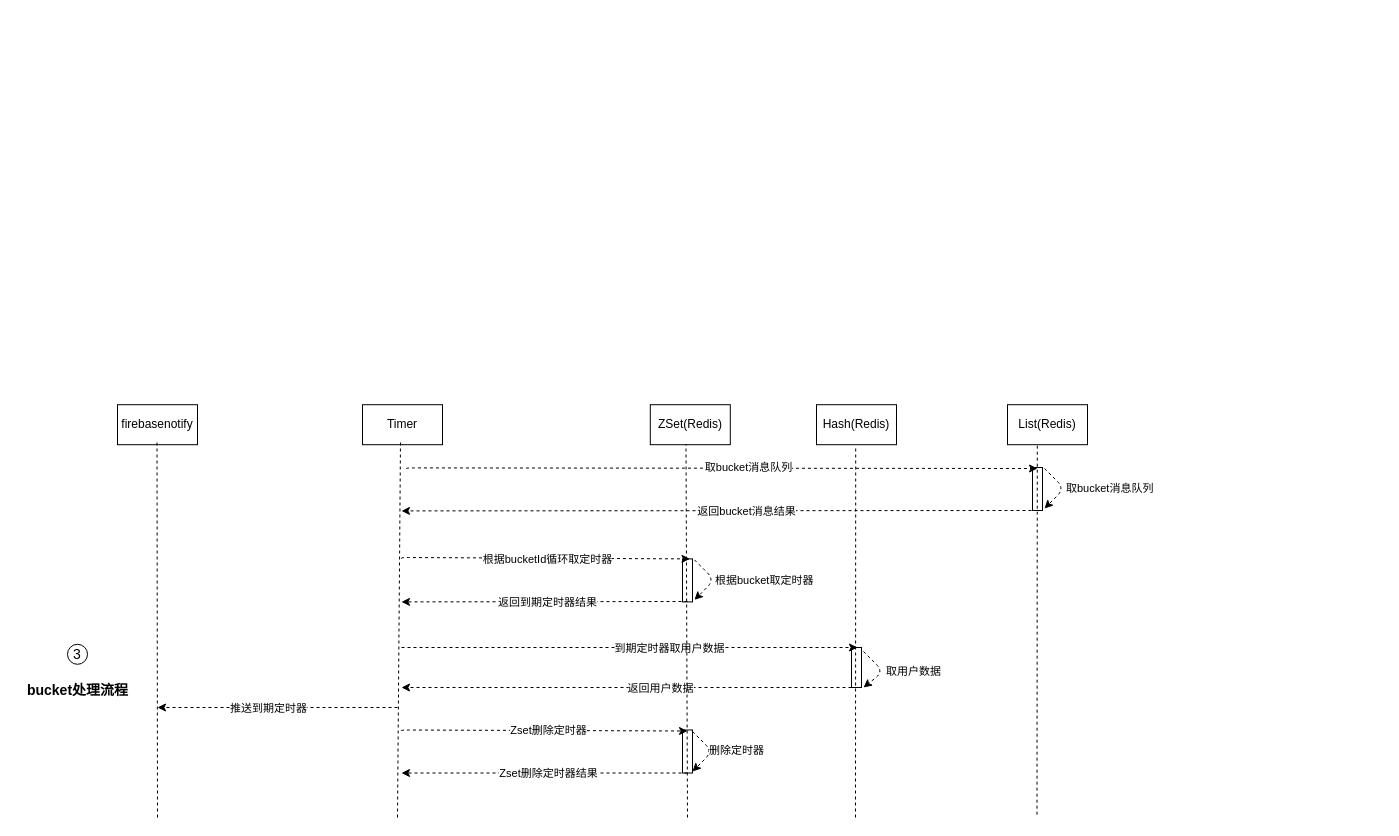
Above: page "Page-7" (7 of 8) of timer.drawio in mbabby/draw.io.file (draw.io), before the change. Source tidied: cells renumbered, new cells numbered last; positions are measured from the earlier drawing's top-left corner, leaving out a move shared by most shapes. Both pictures are drawn from the tidied source at 100%, with x=0, y=0 at pixel (17, 404).
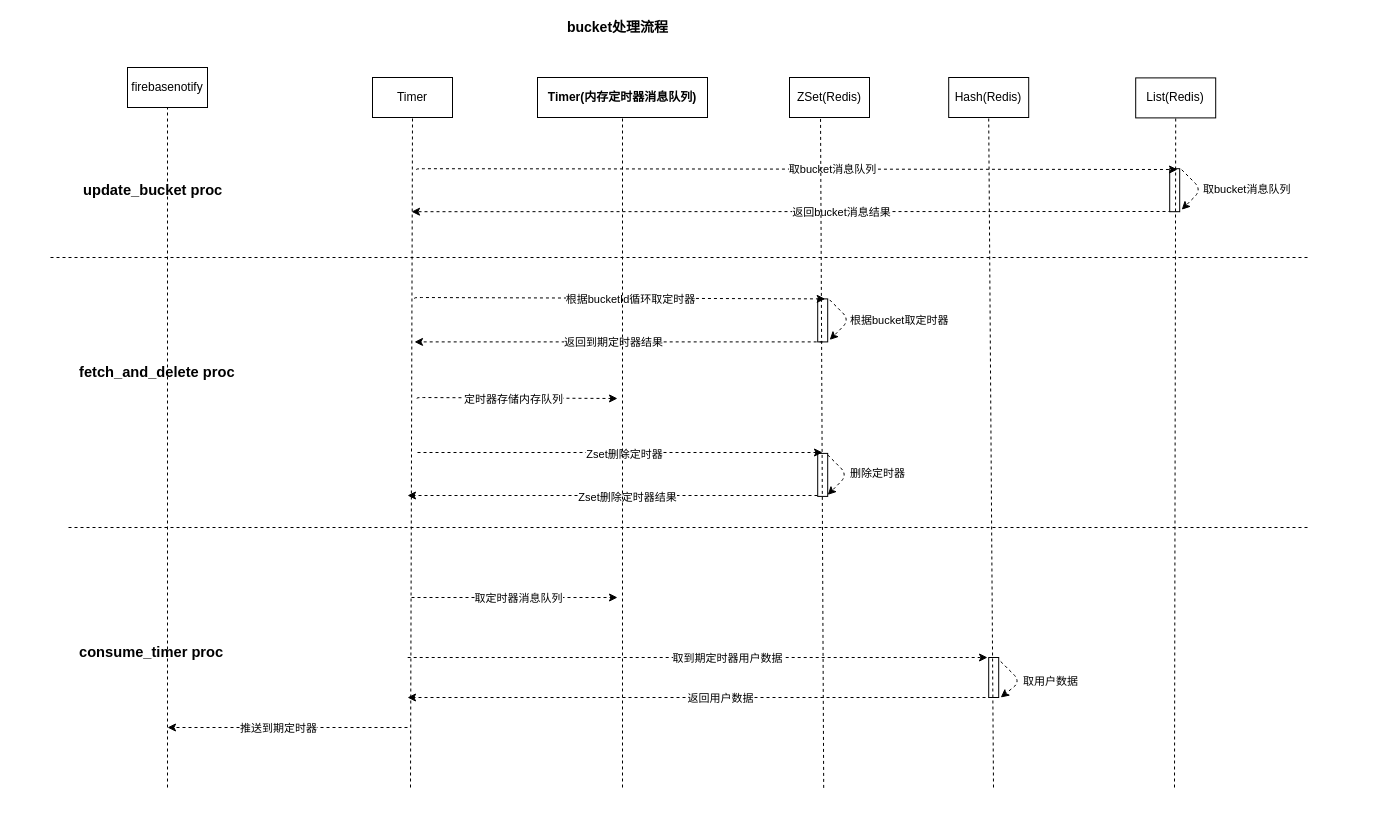
Above is the later version.

What changed in the source:
```diff
@@
     <mxCell id="2" value="firebasenotify" style="rounded=0;whiteSpace=wrap;html=1;" parent="1" vertex="1">
-      <mxGeometry x="100" y="0.2" width="80" height="40" as="geometry" />
+      <mxGeometry x="110" y="-337" width="80" height="40" as="geometry" />
     </mxCell>
     <mxCell id="3" value="Timer" style="rounded=0;whiteSpace=wrap;html=1;" parent="1" vertex="1">
-      <mxGeometry x="345" y="0.2" width="80" height="40" as="geometry" />
+      <mxGeometry x="355" y="-327" width="80" height="40" as="geometry" />
     </mxCell>
     <mxCell id="4" value="ZSet(Redis)" style="rounded=0;whiteSpace=wrap;html=1;" parent="1" vertex="1">
-      <mxGeometry x="632.8" y="0.2" width="80" height="40" as="geometry" />
+      <mxGeometry x="772" y="-327" width="80" height="40" as="geometry" />
     </mxCell>
-    <mxCell id="5" style="endArrow=none;dashed=1;html=1;" parent="1" edge="1">
-      <mxGeometry relative="1" as="geometry">
-        <mxPoint x="140" y="413" as="sourcePoint" />
-        <mxPoint x="139.5" y="36.2" as="targetPoint" />
-      </mxGeometry>
-    </mxCell>
-    <mxCell id="6" style="endArrow=none;dashed=1;html=1;" parent="1" edge="1">
+    <mxCell id="6" style="endArrow=none;dashed=1;html=1;entryX=0.5;entryY=1;entryDx=0;entryDy=0;" parent="1" edge="1" target="3">
       <mxGeometry relative="1" as="geometry">
-        <mxPoint x="380" y="413" as="sourcePoint" />
-        <mxPoint x="383" y="36.2" as="targetPoint" />
+        <mxPoint x="393" y="383" as="sourcePoint" />
       </mxGeometry>
     </mxCell>
     <mxCell id="7" style="endArrow=classic;html=1;dashed=1;" parent="1" edge="1">
       <mxGeometry relative="1" as="geometry">
-        <mxPoint x="1020" y="106" as="sourcePoint" />
-        <mxPoint x="384" y="106.4" as="targetPoint" />
+        <mxPoint x="1160" y="-193" as="sourcePoint" />
+        <mxPoint x="394" y="-192.8" as="targetPoint" />
       </mxGeometry>
     </mxCell>
     <mxCell id="8" value="返回bucket消息结果" style="edgeLabel;html=1;align=center;verticalAlign=middle;" parent="7" vertex="1">
       <mxGeometry x="0.14" y="-1" relative="1" as="geometry">
-        <mxPoint x="72" y="1" as="offset" />
+        <mxPoint x="101" y="1" as="offset" />
       </mxGeometry>
     </mxCell>
     <mxCell id="9" style="rounded=0;whiteSpace=wrap;html=1;" parent="1" vertex="1">
-      <mxGeometry x="1015" y="63" width="10" height="43" as="geometry" />
+      <mxGeometry x="1152.2" y="-235.8" width="10" height="43" as="geometry" />
     </mxCell>
     <mxCell id="10" style="endArrow=classic;html=1;dashed=1;" parent="1" edge="1">
       <mxGeometry relative="1" as="geometry">
-        <mxPoint x="1027" y="64" as="sourcePoint" />
-        <mxPoint x="1027" y="104" as="targetPoint" />
+        <mxPoint x="1164.2" y="-234.8" as="sourcePoint" />
+        <mxPoint x="1164.2" y="-194.8" as="targetPoint" />
         <Array as="points">
-          <mxPoint x="1047" y="84" />
+          <mxPoint x="1184.2" y="-214.8" />
         </Array>
       </mxGeometry>
     </mxCell>
     <mxCell id="11" value="&lt;div style=&quot;text-align: center&quot;&gt;&lt;font face=&quot;helvetica&quot;&gt;&lt;span style=&quot;font-size: 11px ; background-color: rgb(255 , 255 , 255)&quot;&gt;取bucket消息队列&lt;/span&gt;&lt;/font&gt;&lt;/div&gt;" style="text;whiteSpace=wrap;html=1;" parent="1" vertex="1">
-      <mxGeometry x="1047" y="69.5" width="180" height="30" as="geometry" />
+      <mxGeometry x="1184.2" y="-229.3" width="180" height="30" as="geometry" />
     </mxCell>
     <mxCell id="12" style="rounded=0;whiteSpace=wrap;html=1;" parent="1" vertex="1">
-      <mxGeometry x="665" y="154.4" width="10" height="43" as="geometry" />
+      <mxGeometry x="800.2" y="-105.6" width="10" height="43" as="geometry" />
     </mxCell>
     <mxCell id="13" style="endArrow=classic;html=1;dashed=1;" parent="1" edge="1">
       <mxGeometry relative="1" as="geometry">
-        <mxPoint x="677" y="155.4" as="sourcePoint" />
-        <mxPoint x="677" y="195.4" as="targetPoint" />
+        <mxPoint x="812.2" y="-104.6" as="sourcePoint" />
+        <mxPoint x="812.2" y="-64.6" as="targetPoint" />
         <Array as="points">
-          <mxPoint x="697" y="175.4" />
+          <mxPoint x="832.2" y="-84.6" />
         </Array>
       </mxGeometry>
     </mxCell>
     <mxCell id="14" value="&lt;div style=&quot;text-align: center&quot;&gt;&lt;font face=&quot;helvetica&quot;&gt;&lt;span style=&quot;font-size: 11px ; background-color: rgb(255 , 255 , 255)&quot;&gt;根据bucket取定时器&lt;/span&gt;&lt;/font&gt;&lt;/div&gt;" style="text;whiteSpace=wrap;html=1;" parent="1" vertex="1">
-      <mxGeometry x="696" y="162.4" width="180" height="30" as="geometry" />
+      <mxGeometry x="831.2" y="-97.6" width="180" height="30" as="geometry" />
     </mxCell>
-    <mxCell id="15" style="endArrow=classic;html=1;dashed=1;" parent="1" edge="1">
+    <mxCell id="15" style="endArrow=classic;html=1;dashed=1;exitX=0.5;exitY=1;exitDx=0;exitDy=0;" parent="1" edge="1" source="12">
       <mxGeometry relative="1" as="geometry">
-        <mxPoint x="670" y="197" as="sourcePoint" />
-        <mxPoint x="384" y="197.4" as="targetPoint" />
+        <mxPoint x="397" y="-62.6" as="targetPoint" />
       </mxGeometry>
     </mxCell>
@@
     <mxCell id="17" style="endArrow=classic;html=1;dashed=1;" parent="1" edge="1">
       <mxGeometry relative="1" as="geometry">
-        <mxPoint x="840" y="283" as="sourcePoint" />
-        <mxPoint x="384" y="283" as="targetPoint" />
+        <mxPoint x="980" y="293" as="sourcePoint" />
+        <mxPoint x="390" y="293" as="targetPoint" />
       </mxGeometry>
     </mxCell>
     <mxCell id="18" value="返回用户数据" style="edgeLabel;html=1;align=center;verticalAlign=middle;" parent="17" vertex="1">
       <mxGeometry x="0.14" y="-1" relative="1" as="geometry">
-        <mxPoint x="62" y="1" as="offset" />
+        <mxPoint x="58" y="1" as="offset" />
       </mxGeometry>
     </mxCell>
     <mxCell id="19" style="rounded=0;whiteSpace=wrap;html=1;" parent="1" vertex="1">
-      <mxGeometry x="834" y="243" width="10" height="40" as="geometry" />
+      <mxGeometry x="971.2" y="253" width="10" height="40" as="geometry" />
     </mxCell>
     <mxCell id="20" style="endArrow=classic;html=1;dashed=1;" parent="1" edge="1">
       <mxGeometry relative="1" as="geometry">
-        <mxPoint x="846" y="247" as="sourcePoint" />
-        <mxPoint x="846" y="283" as="targetPoint" />
+        <mxPoint x="983.2" y="257" as="sourcePoint" />
+        <mxPoint x="983.2" y="293" as="targetPoint" />
         <Array as="points">
-          <mxPoint x="866" y="267" />
+          <mxPoint x="1003.2" y="277" />
         </Array>
       </mxGeometry>
     </mxCell>
     <mxCell id="21" value="&lt;div style=&quot;text-align: center&quot;&gt;&lt;font face=&quot;helvetica&quot;&gt;&lt;span style=&quot;font-size: 11px ; background-color: rgb(255 , 255 , 255)&quot;&gt;取用户数据&lt;/span&gt;&lt;/font&gt;&lt;/div&gt;" style="text;whiteSpace=wrap;html=1;" parent="1" vertex="1">
-      <mxGeometry x="867" y="253" width="180" height="30" as="geometry" />
+      <mxGeometry x="1004.2" y="263" width="180" height="30" as="geometry" />
     </mxCell>
-    <mxCell id="22" value="3" style="ellipse;whiteSpace=wrap;html=1;fontSize=14;align=center;" parent="1" vertex="1">
-      <mxGeometry x="50" y="239.8" width="20" height="20" as="geometry" />
-    </mxCell>
     <mxCell id="23" value="&lt;b&gt;bucket处理流程&lt;/b&gt;" style="text;html=1;align=center;verticalAlign=middle;strokeColor=none;fillColor=none;fontSize=14;" parent="1" vertex="1">
-      <mxGeometry y="276.2" width="120" height="20" as="geometry" />
+      <mxGeometry x="540" y="-387" width="120" height="20" as="geometry" />
     </mxCell>
     <mxCell id="24" style="endArrow=classic;html=1;dashed=1;entryX=0.75;entryY=0;entryDx=0;entryDy=0;" parent="1" edge="1" target="12">
       <mxGeometry relative="1" as="geometry">
-        <mxPoint x="384" y="154" as="sourcePoint" />
+        <mxPoint x="397" y="-106" as="sourcePoint" />
         <Array as="points">
-          <mxPoint x="384" y="153" />
+          <mxPoint x="397" y="-107" />
         </Array>
       </mxGeometry>
     </mxCell>
@@
     <mxCell id="26" style="endArrow=classic;html=1;dashed=1;" parent="1" edge="1">
       <mxGeometry relative="1" as="geometry">
-        <mxPoint x="384" y="243" as="sourcePoint" />
-        <mxPoint x="840" y="243" as="targetPoint" />
+        <mxPoint x="394" y="193" as="sourcePoint" />
+        <mxPoint x="600" y="193" as="targetPoint" />
       </mxGeometry>
     </mxCell>
-    <mxCell id="27" value="到期定时器取用户数据" style="edgeLabel;html=1;align=center;verticalAlign=middle;" parent="26" vertex="1">
+    <mxCell id="27" value="取定时器消息队列" style="edgeLabel;html=1;align=center;verticalAlign=middle;" parent="26" vertex="1">
       <mxGeometry x="0.14" y="-1" relative="1" as="geometry">
-        <mxPoint x="7" y="-1" as="offset" />
+        <mxPoint x="-11" y="-1" as="offset" />
       </mxGeometry>
     </mxCell>
     <mxCell id="28" style="endArrow=classic;html=1;dashed=1;" parent="1" edge="1">
       <mxGeometry relative="1" as="geometry">
-        <mxPoint x="389" y="64.4" as="sourcePoint" />
-        <mxPoint x="1020" y="64" as="targetPoint" />
+        <mxPoint x="399" y="-234.8" as="sourcePoint" />
+        <mxPoint x="1160" y="-235" as="targetPoint" />
         <Array as="points">
-          <mxPoint x="389" y="63.4" />
+          <mxPoint x="399" y="-235.8" />
         </Array>
       </mxGeometry>
     </mxCell>
     <mxCell id="29" value="取bucket消息队列" style="edgeLabel;html=1;align=center;verticalAlign=middle;" parent="28" vertex="1">
       <mxGeometry x="0.14" y="-1" relative="1" as="geometry">
-        <mxPoint x="-17" y="-2" as="offset" />
+        <mxPoint x="-17" y="-1" as="offset" />
       </mxGeometry>
     </mxCell>
     <mxCell id="30" style="rounded=0;whiteSpace=wrap;html=1;" parent="1" vertex="1">
-      <mxGeometry x="665" y="325.5" width="10" height="43" as="geometry" />
+      <mxGeometry x="800.2" y="48.9" width="10" height="43" as="geometry" />
     </mxCell>
     <mxCell id="31" style="endArrow=classic;html=1;dashed=1;" parent="1" edge="1">
       <mxGeometry relative="1" as="geometry">
-        <mxPoint x="384" y="326.5" as="sourcePoint" />
-        <mxPoint x="670" y="326.5" as="targetPoint" />
-        <Array as="points">
-          <mxPoint x="384" y="325.5" />
-        </Array>
+        <mxPoint x="400" y="48" as="sourcePoint" />
+        <mxPoint x="805" y="48" as="targetPoint" />
       </mxGeometry>
     </mxCell>
     <mxCell id="32" value="Zset删除定时器" style="edgeLabel;html=1;align=center;verticalAlign=middle;" parent="31" vertex="1">
       <mxGeometry x="0.14" y="-1" relative="1" as="geometry">
-        <mxPoint x="-16" y="-2" as="offset" />
+        <mxPoint x="-25" as="offset" />
       </mxGeometry>
     </mxCell>
     <mxCell id="33" style="endArrow=classic;html=1;dashed=1;" parent="1" edge="1">
       <mxGeometry relative="1" as="geometry">
-        <mxPoint x="675" y="327" as="sourcePoint" />
-        <mxPoint x="675" y="367" as="targetPoint" />
+        <mxPoint x="810.2" y="50.4" as="sourcePoint" />
+        <mxPoint x="810.2" y="90.4" as="targetPoint" />
         <Array as="points">
-          <mxPoint x="695" y="347" />
+          <mxPoint x="830.2" y="70.4" />
         </Array>
       </mxGeometry>
     </mxCell>
     <mxCell id="34" value="&lt;div style=&quot;text-align: center&quot;&gt;&lt;font face=&quot;helvetica&quot;&gt;&lt;span style=&quot;font-size: 11px ; background-color: rgb(255 , 255 , 255)&quot;&gt;删除定时器&lt;/span&gt;&lt;/font&gt;&lt;/div&gt;" style="text;whiteSpace=wrap;html=1;" parent="1" vertex="1">
-      <mxGeometry x="690" y="332" width="120" height="30" as="geometry" />
+      <mxGeometry x="831.2" y="55.4" width="120" height="30" as="geometry" />
     </mxCell>
     <mxCell id="35" style="endArrow=classic;html=1;dashed=1;" parent="1" edge="1">
       <mxGeometry relative="1" as="geometry">
-        <mxPoint x="670" y="368.5" as="sourcePoint" />
-        <mxPoint x="384" y="368.5" as="targetPoint" />
+        <mxPoint x="800" y="91" as="sourcePoint" />
+        <mxPoint x="390" y="91" as="targetPoint" />
       </mxGeometry>
     </mxCell>
     <mxCell id="36" value="Zset删除定时器结果" style="edgeLabel;html=1;align=center;verticalAlign=middle;" parent="35" vertex="1">
       <mxGeometry x="0.14" y="-1" relative="1" as="geometry">
-        <mxPoint x="23" y="1" as="offset" />
+        <mxPoint x="43" y="2" as="offset" />
       </mxGeometry>
     </mxCell>
     <mxCell id="37" style="endArrow=classic;html=1;dashed=1;" parent="1" edge="1">
       <mxGeometry relative="1" as="geometry">
-        <mxPoint x="380" y="303" as="sourcePoint" />
-        <mxPoint x="140" y="303" as="targetPoint" />
+        <mxPoint x="390" y="323" as="sourcePoint" />
+        <mxPoint x="150" y="323" as="targetPoint" />
       </mxGeometry>
     </mxCell>
@@
-    <mxCell id="39" style="endArrow=none;dashed=1;html=1;" parent="1" edge="1">
+    <mxCell id="39" style="endArrow=none;dashed=1;html=1;entryX=0.388;entryY=1.014;entryDx=0;entryDy=0;entryPerimeter=0;" parent="1" edge="1" target="4">
       <mxGeometry relative="1" as="geometry">
-        <mxPoint x="670" y="413" as="sourcePoint" />
-        <mxPoint x="668.5" y="39.5" as="targetPoint" />
+        <mxPoint x="806.2" y="383.4" as="sourcePoint" />
       </mxGeometry>
     </mxCell>
     <mxCell id="40" value="Hash(Redis)" style="rounded=0;whiteSpace=wrap;html=1;" parent="1" vertex="1">
-      <mxGeometry x="799" y="0.2" width="80" height="40" as="geometry" />
+      <mxGeometry x="931.2" y="-327" width="80" height="40" as="geometry" />
     </mxCell>
     <mxCell id="41" value="List(Redis)" style="rounded=0;whiteSpace=wrap;html=1;" parent="1" vertex="1">
-      <mxGeometry x="990" y="0.2" width="80" height="40" as="geometry" />
+      <mxGeometry x="1118.2" y="-326.6" width="80" height="40" as="geometry" />
     </mxCell>
-    <mxCell id="42" style="endArrow=none;dashed=1;html=1;" parent="1" edge="1">
+    <mxCell id="42" style="endArrow=none;dashed=1;html=1;entryX=0.5;entryY=1;entryDx=0;entryDy=0;" parent="1" edge="1" target="40">
       <mxGeometry relative="1" as="geometry">
-        <mxPoint x="838" y="413" as="sourcePoint" />
-        <mxPoint x="838.2" y="43" as="targetPoint" />
+        <mxPoint x="976" y="383" as="sourcePoint" />
       </mxGeometry>
     </mxCell>
-    <mxCell id="43" style="endArrow=none;dashed=1;html=1;" parent="1" edge="1">
+    <mxCell id="43" style="endArrow=none;dashed=1;html=1;entryX=0.5;entryY=1;entryDx=0;entryDy=0;" parent="1" edge="1" target="41">
       <mxGeometry relative="1" as="geometry">
-        <mxPoint x="1019.5" y="410.2" as="sourcePoint" />
-        <mxPoint x="1019.8" y="40.2" as="targetPoint" />
+        <mxPoint x="1157" y="383" as="sourcePoint" />
       </mxGeometry>
     </mxCell>
+    <mxCell id="44" style="endArrow=none;dashed=1;html=1;" parent="1" edge="1">
+      <mxGeometry relative="1" as="geometry">
+        <mxPoint x="1290" y="-147" as="sourcePoint" />
+        <mxPoint x="30" y="-147" as="targetPoint" />
+      </mxGeometry>
+    </mxCell>
+    <mxCell id="45" value="&lt;span id=&quot;docs-internal-guid-50c69603-7fff-0239-fb34-85c44a6233b0&quot;&gt;&lt;span style=&quot;font-size: 11pt ; font-family: &amp;#34;arial&amp;#34; ; background-color: transparent ; vertical-align: baseline&quot;&gt;&lt;b&gt;fetch_and_delete proc&lt;/b&gt;&lt;/span&gt;&lt;/span&gt;" style="text;whiteSpace=wrap;html=1;" parent="1" vertex="1">
+      <mxGeometry x="60" y="-47" width="160" height="30" as="geometry" />
+    </mxCell>
+    <mxCell id="46" value="&lt;b&gt;Timer(内存定时器消息队列)&lt;/b&gt;" style="rounded=0;whiteSpace=wrap;html=1;" parent="1" vertex="1">
+      <mxGeometry x="520" y="-327" width="170" height="40" as="geometry" />
+    </mxCell>
+    <mxCell id="47" style="endArrow=none;dashed=1;html=1;entryX=0.5;entryY=1;entryDx=0;entryDy=0;" parent="1" edge="1" target="46">
+      <mxGeometry relative="1" as="geometry">
+        <mxPoint x="605" y="383" as="sourcePoint" />
+      </mxGeometry>
+    </mxCell>
+    <mxCell id="48" style="endArrow=classic;html=1;dashed=1;" parent="1" edge="1">
+      <mxGeometry relative="1" as="geometry">
+        <mxPoint x="399.5" y="-6" as="sourcePoint" />
+        <mxPoint x="600" y="-6" as="targetPoint" />
+        <Array as="points">
+          <mxPoint x="399.5" y="-7" />
+        </Array>
+      </mxGeometry>
+    </mxCell>
+    <mxCell id="49" value="定时器存储内存队列" style="edgeLabel;html=1;align=center;verticalAlign=middle;" parent="48" vertex="1">
+      <mxGeometry x="0.14" y="-1" relative="1" as="geometry">
+        <mxPoint x="-18" as="offset" />
+      </mxGeometry>
+    </mxCell>
+    <mxCell id="50" style="endArrow=none;dashed=1;html=1;" parent="1" edge="1">
+      <mxGeometry relative="1" as="geometry">
+        <mxPoint x="1290" y="123" as="sourcePoint" />
+        <mxPoint x="50" y="123" as="targetPoint" />
+      </mxGeometry>
+    </mxCell>
+    <mxCell id="51" value="&lt;b id=&quot;docs-internal-guid-2d3eec1a-7fff-33ee-676a-9804887686dd&quot;&gt;&lt;span style=&quot;font-size: 11pt ; font-family: &amp;#34;arial&amp;#34; ; color: rgb(0 , 0 , 0) ; background-color: transparent ; font-style: normal ; font-variant: normal ; text-decoration: none ; vertical-align: baseline&quot;&gt;consume_timer proc&lt;/span&gt;&lt;/b&gt;" style="text;whiteSpace=wrap;html=1;" parent="1" vertex="1">
+      <mxGeometry x="60" y="233" width="180" height="30" as="geometry" />
+    </mxCell>
+    <mxCell id="52" style="endArrow=classic;html=1;dashed=1;" parent="1" edge="1">
+      <mxGeometry relative="1" as="geometry">
+        <mxPoint x="390.2" y="253" as="sourcePoint" />
+        <mxPoint x="970" y="253" as="targetPoint" />
+      </mxGeometry>
+    </mxCell>
+    <mxCell id="53" value="取到期定时器用户数据" style="edgeLabel;html=1;align=center;verticalAlign=middle;" parent="52" vertex="1">
+      <mxGeometry x="0.14" y="-1" relative="1" as="geometry">
+        <mxPoint x="-11" y="-1" as="offset" />
+      </mxGeometry>
+    </mxCell>
+    <mxCell id="54" value="&lt;b id=&quot;docs-internal-guid-36d59b47-7fff-b600-c3de-23a93030270c&quot;&gt;&lt;span style=&quot;font-size: 11pt ; font-family: &amp;#34;arial&amp;#34; ; color: rgb(0 , 0 , 0) ; background-color: transparent ; font-style: normal ; font-variant: normal ; text-decoration: none ; vertical-align: baseline&quot;&gt;update_bucket proc&lt;/span&gt;&lt;/b&gt;" style="text;whiteSpace=wrap;html=1;" parent="1" vertex="1">
+      <mxGeometry x="64" y="-229.3" width="160" height="30" as="geometry" />
+    </mxCell>
+    <mxCell id="55" style="endArrow=none;dashed=1;html=1;entryX=0.5;entryY=1;entryDx=0;entryDy=0;" parent="1" edge="1" target="2">
+      <mxGeometry relative="1" as="geometry">
+        <mxPoint x="150" y="383" as="sourcePoint" />
+      </mxGeometry>
+    </mxCell>
```
